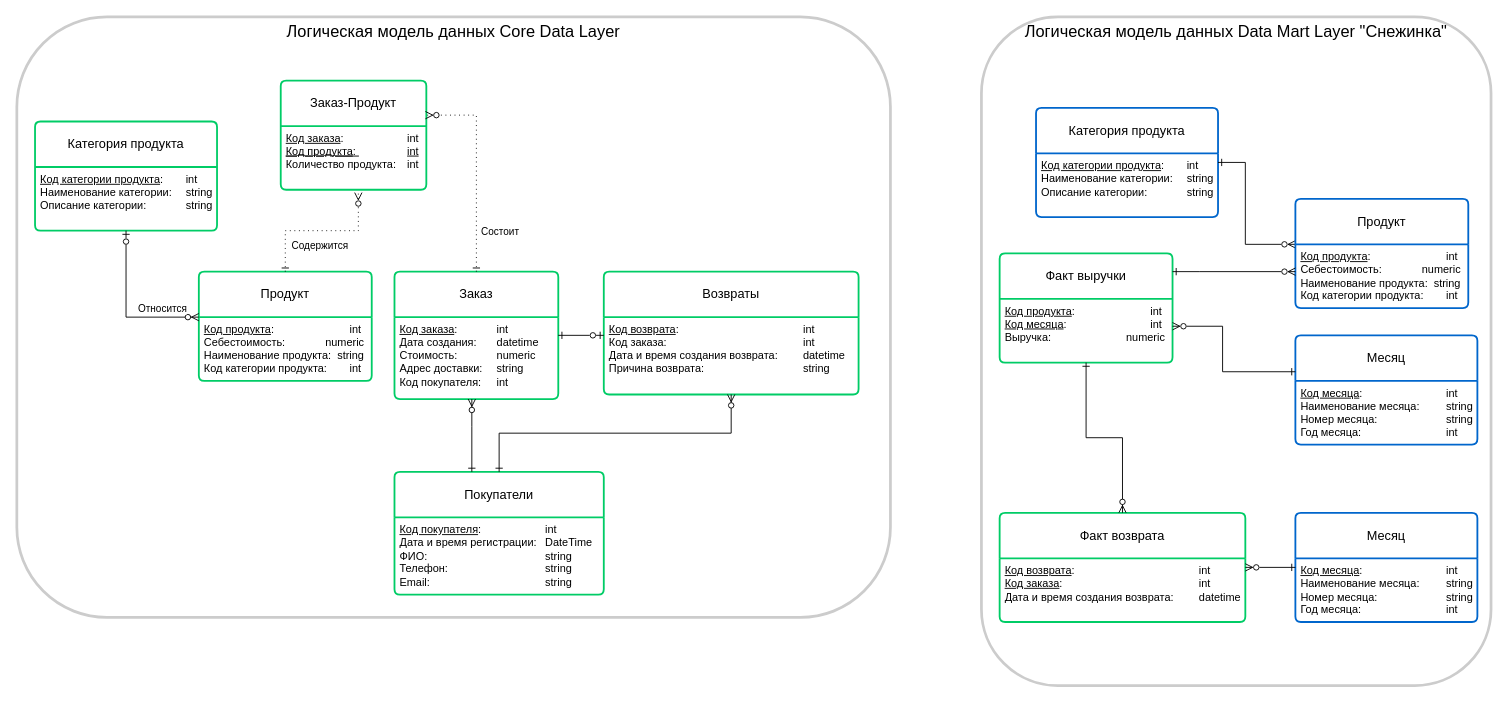
Before: PWH-18_HW1.drawio in nik-gorby/PWH-18, a draw.io diagram. Source tidied: cells renumbered, new cells numbered last; positions are measured from the earlier drawing's top-left corner, leaving out a move shared by most shapes. Both pictures are drawn from the tidied source at 91%, with x=0, y=0 at pixel (16, 16).
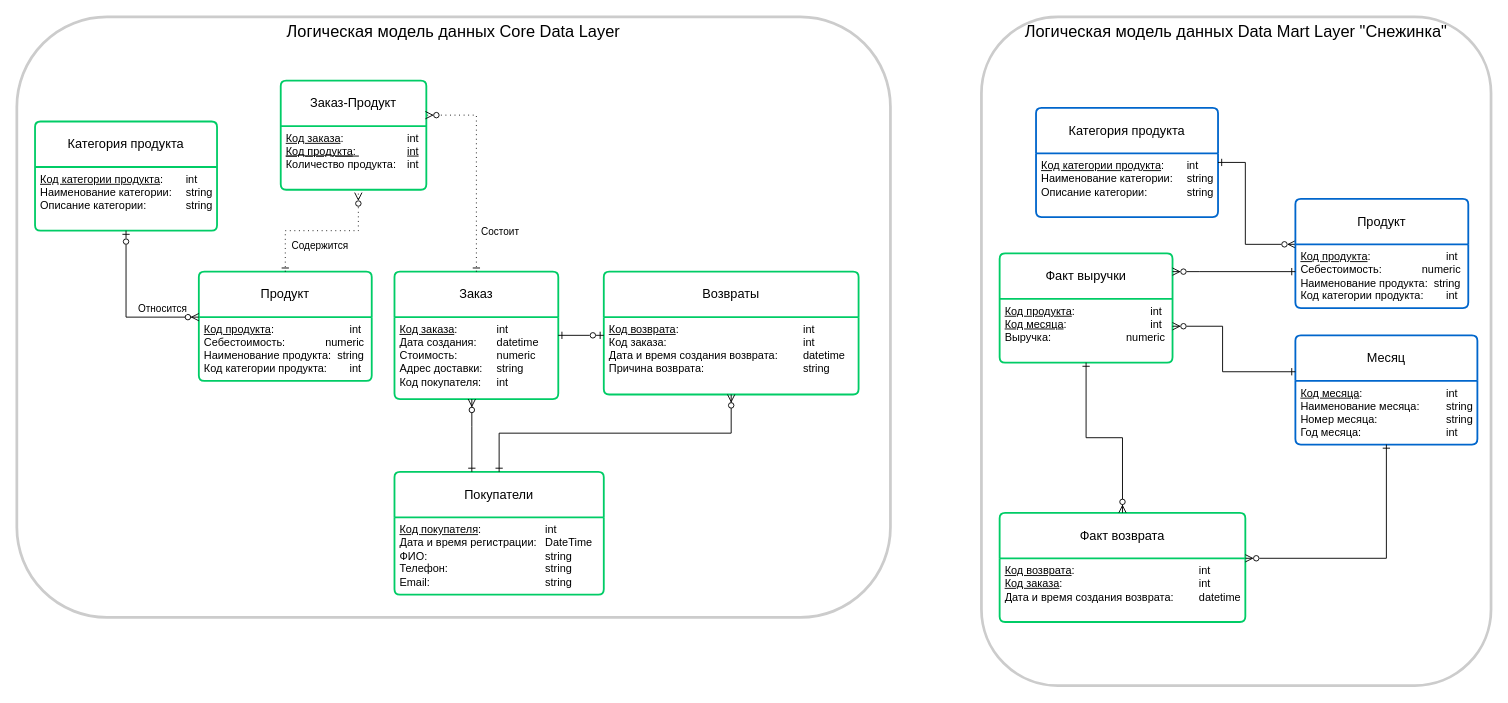
After the change.

Unchanged cells that the change refers to:
```xml
<mxCell id="18" value="Факт выручки" style="swimlane;horizontal=1;startSize=50;rounded=1;fontSize=14;fontStyle=0;strokeWidth=2;shadow=0;dashed=0;align=center;arcSize=4;whiteSpace=wrap;html=1;strokeColor=#00CC66;" parent="1" vertex="1">
  <mxGeometry x="1080" y="260" width="190" height="120" as="geometry" />
</mxCell>
<mxCell id="22" value="Месяц" style="swimlane;horizontal=1;startSize=50;rounded=1;fontSize=14;fontStyle=0;strokeWidth=2;shadow=0;dashed=0;align=center;arcSize=4;whiteSpace=wrap;html=1;strokeColor=#0066CC;" parent="1" vertex="1">
  <mxGeometry x="1405" y="350" width="200" height="120" as="geometry" />
</mxCell>
<mxCell id="26" value="Продукт" style="swimlane;horizontal=1;startSize=50;rounded=1;fontSize=14;fontStyle=0;strokeWidth=2;shadow=0;dashed=0;align=center;arcSize=4;whiteSpace=wrap;html=1;strokeColor=#0066CC;" parent="1" vertex="1">
  <mxGeometry x="1405" y="200" width="190" height="120" as="geometry" />
</mxCell>
<mxCell id="36" value="Факт возврата" style="swimlane;horizontal=1;startSize=50;rounded=1;fontSize=14;fontStyle=0;strokeWidth=2;shadow=0;dashed=0;align=center;arcSize=4;whiteSpace=wrap;html=1;strokeColor=#00CC66;" parent="1" vertex="1">
  <mxGeometry x="1080" y="545" width="270" height="120" as="geometry" />
</mxCell>
```

Change to the diagram source:
```diff
@@
-    <mxCell id="28" style="edgeStyle=orthogonalEdgeStyle;fontSize=12;html=1;endArrow=ERone;startArrow=ERzeroToMany;rounded=0;startFill=0;endFill=0;" parent="1" edge="1" source="26" target="18">
+    <mxCell id="28" style="edgeStyle=orthogonalEdgeStyle;fontSize=12;html=1;endArrow=ERzeroToMany;startArrow=ERone;rounded=0;startFill=0;endFill=0;" parent="1" edge="1" source="26" target="18">
       <mxGeometry relative="1" as="geometry">
         <Array as="points">
           <mxPoint x="1300" y="280" />
           <mxPoint x="1300" y="280" />
         </Array>
       </mxGeometry>
     </mxCell>
@@
-    <mxCell id="39" value="Месяц" style="swimlane;horizontal=1;startSize=50;rounded=1;fontSize=14;fontStyle=0;strokeWidth=2;shadow=0;dashed=0;align=center;arcSize=4;whiteSpace=wrap;html=1;strokeColor=#0066CC;" parent="1" vertex="1">
-      <mxGeometry x="1405" y="545" width="200" height="120" as="geometry" />
-    </mxCell>
-    <mxCell id="40" value="&lt;div style=&quot;text-align: justify;&quot;&gt;&lt;span style=&quot;background-color: transparent; color: light-dark(rgb(0, 0, 0), rgb(255, 255, 255));&quot;&gt;&lt;u&gt;Код месяца&lt;/u&gt;:&lt;span style=&quot;white-space: pre;&quot;&gt;&#9;&lt;span style=&quot;white-space: pre;&quot;&gt;&#9;&lt;/span&gt;&lt;span style=&quot;white-space: pre;&quot;&gt;&#9;&lt;/span&gt;&lt;span style=&quot;white-space: pre;&quot;&gt;&#9;&lt;/span&gt;&lt;/span&gt;&lt;/span&gt;&lt;span style=&quot;background-color: transparent; color: light-dark(rgb(0, 0, 0), rgb(255, 255, 255));&quot;&gt;int&lt;/span&gt;&lt;/div&gt;&lt;div style=&quot;text-align: justify;&quot;&gt;Наименование месяца: &lt;span style=&quot;white-space: pre;&quot;&gt;&#9;&lt;/span&gt;string&lt;/div&gt;&lt;div style=&quot;text-align: justify;&quot;&gt;Номер месяца: &lt;span style=&quot;white-space: pre;&quot;&gt;&#9;&lt;/span&gt;&lt;span style=&quot;white-space: pre;&quot;&gt;&#9;&lt;span style=&quot;white-space: pre;&quot;&gt;&#9;&lt;/span&gt;&lt;/span&gt;string&lt;/div&gt;&lt;div style=&quot;&quot;&gt;Год месяца: &lt;span style=&quot;white-space: pre;&quot;&gt;&#9;&lt;/span&gt;&lt;span style=&quot;white-space: pre;&quot;&gt;&#9;&lt;/span&gt;&lt;span style=&quot;white-space: pre;&quot;&gt;&#9;&lt;/span&gt;&lt;span style=&quot;white-space: pre;&quot;&gt;&#9;&lt;/span&gt;int&lt;/div&gt;" style="align=left;strokeColor=none;fillColor=none;spacingLeft=4;spacingRight=4;fontSize=12;verticalAlign=top;html=1;whiteSpace=wrap;" parent="39" vertex="1">
-      <mxGeometry y="50" width="200" height="70" as="geometry" />
-    </mxCell>
-    <mxCell id="41" style="edgeStyle=orthogonalEdgeStyle;fontSize=12;html=1;endArrow=ERone;startArrow=ERzeroToMany;rounded=0;startFill=0;endFill=0;" parent="1" edge="1" source="36" target="39">
+    <mxCell id="41" style="edgeStyle=orthogonalEdgeStyle;fontSize=12;html=1;endArrow=ERone;startArrow=ERzeroToMany;rounded=0;startFill=0;endFill=0;" parent="1" edge="1" source="36" target="22">
       <mxGeometry relative="1" as="geometry">
         <Array as="points">
-          <mxPoint x="1550" y="595" />
-          <mxPoint x="1550" y="595" />
+          <mxPoint x="1505" y="595" />
         </Array>
       </mxGeometry>
     </mxCell>
```
